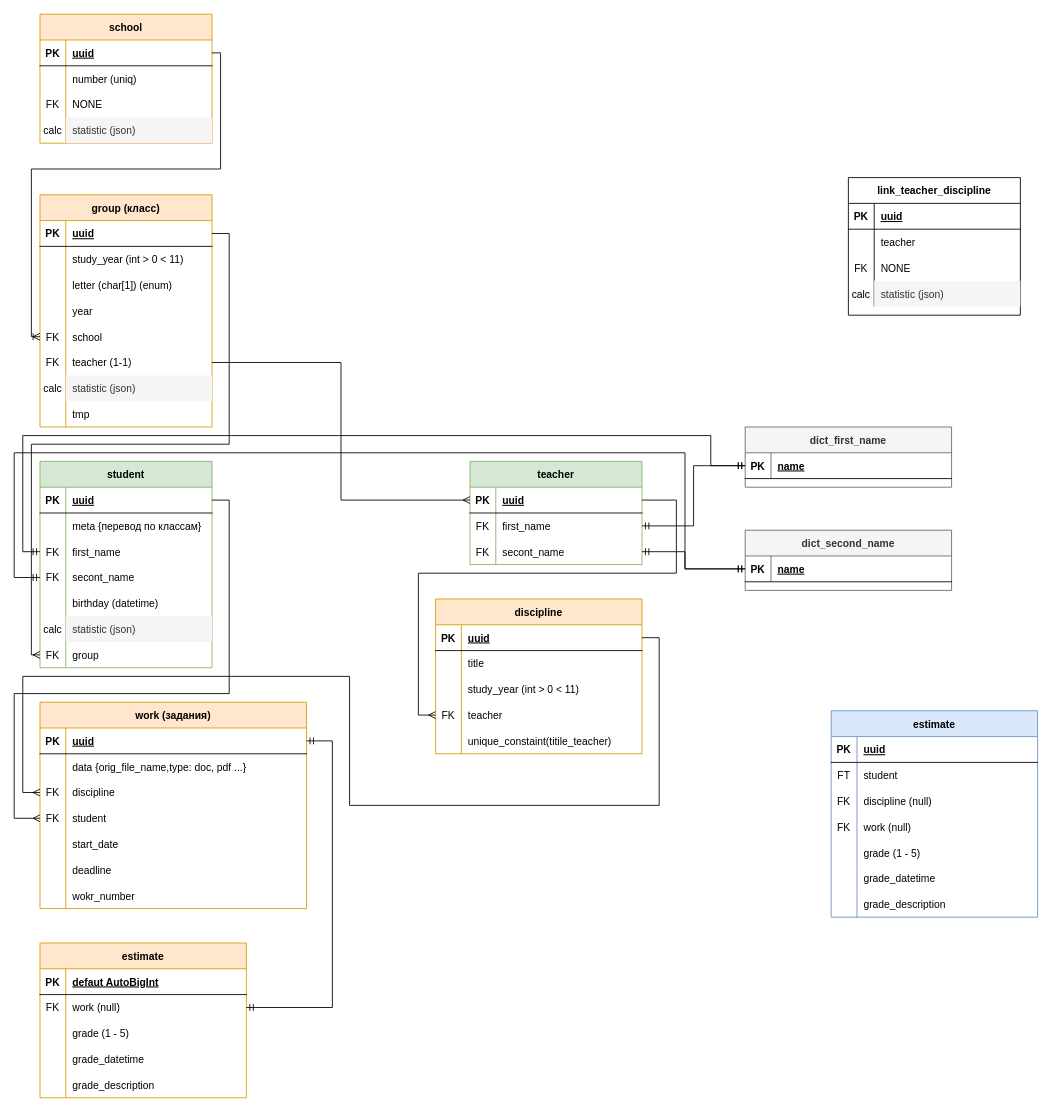
Before: page "ER" (1 of 2) of sheme.drawio in sirif/wcdi-school-backend, a draw.io diagram. Source tidied: cells renumbered, new cells numbered last; positions are measured from the earlier drawing's top-left corner, leaving out a move shared by most shapes. Both pictures are drawn from the tidied source at 86%, with x=0, y=0 at pixel (14, 14).
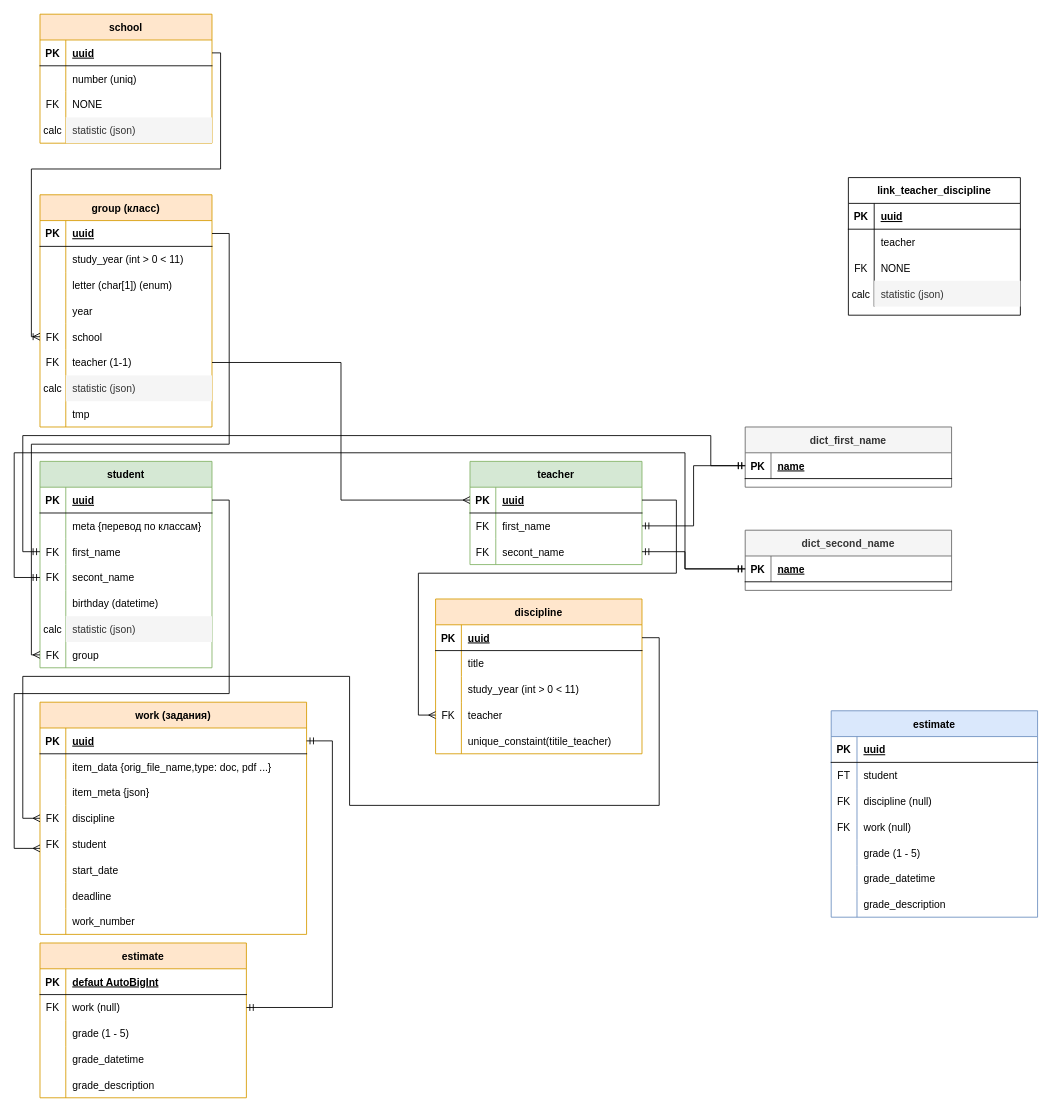
The same diagram, later.

The change refers to these unchanged cells:
```xml
<mxCell id="51" style="shape=tableRow;horizontal=0;startSize=0;swimlaneHead=0;swimlaneBody=0;fillColor=none;points=[[0,0.5],[1,0.5]];portConstraint=eastwest;top=0;left=0;right=0;bottom=1;" parent="50" vertex="1">
  <mxGeometry y="30" width="200" height="30" as="geometry" />
</mxCell>
<mxCell id="81" style="shape=tableRow;horizontal=0;startSize=0;swimlaneHead=0;swimlaneBody=0;fillColor=none;points=[[0,0.5],[1,0.5]];portConstraint=eastwest;top=0;left=0;right=0;bottom=1;" parent="80" vertex="1">
  <mxGeometry y="30" width="240" height="30" as="geometry" />
</mxCell>
<mxCell id="135" style="shape=tableRow;horizontal=0;startSize=0;swimlaneHead=0;swimlaneBody=0;fillColor=none;top=0;left=0;right=0;bottom=0;" parent="131" vertex="1">
  <mxGeometry y="60" width="310" height="30" as="geometry" />
</mxCell>
```

Diff of the diagram source:
```diff
@@
     <mxCell id="131" value="work (задания)" style="shape=table;startSize=30;childLayout=tableLayout;rowLines=0;fontStyle=1;align=center;fillColor=#ffe6cc;strokeColor=#d79b00;" parent="1" vertex="1">
-      <mxGeometry x="30" y="800" width="310" height="240" as="geometry" />
+      <mxGeometry x="30" y="800" width="310" height="270" as="geometry" />
     </mxCell>
@@
-    <mxCell id="137" value="data {orig_file_name,type: doc, pdf ...}" style="shape=partialRectangle;fillColor=none;top=0;left=0;bottom=0;right=0;align=left;spacingLeft=6;overflow=hidden;" parent="135" vertex="1">
+    <mxCell id="137" value="item_data {orig_file_name,type: doc, pdf ...}" style="shape=partialRectangle;fillColor=none;top=0;left=0;bottom=0;right=0;align=left;spacingLeft=6;overflow=hidden;" parent="135" vertex="1">
       <mxGeometry x="30" width="280" height="30" as="geometry" />
     </mxCell>
+    <mxCell id="180" style="shape=tableRow;horizontal=0;startSize=0;swimlaneHead=0;swimlaneBody=0;fillColor=none;top=0;left=0;right=0;bottom=0;" parent="131" vertex="1">
+      <mxGeometry y="90" width="310" height="30" as="geometry" />
+    </mxCell>
+    <mxCell id="181" style="shape=partialRectangle;fillColor=none;top=0;left=0;bottom=0;right=0;overflow=hidden;" parent="180" vertex="1">
+      <mxGeometry width="30" height="30" as="geometry" />
+    </mxCell>
+    <mxCell id="182" value="item_meta {json}" style="shape=partialRectangle;fillColor=none;top=0;left=0;bottom=0;right=0;align=left;spacingLeft=6;overflow=hidden;" parent="180" vertex="1">
+      <mxGeometry x="30" width="280" height="30" as="geometry" />
+    </mxCell>
     <mxCell id="138" style="shape=tableRow;horizontal=0;startSize=0;swimlaneHead=0;swimlaneBody=0;fillColor=none;points=[[0,0.5],[1,0.5]];portConstraint=eastwest;top=0;left=0;right=0;bottom=0;" parent="131" vertex="1">
-      <mxGeometry y="90" width="310" height="30" as="geometry" />
+      <mxGeometry y="120" width="310" height="30" as="geometry" />
     </mxCell>
@@
     <mxCell id="141" style="shape=tableRow;horizontal=0;startSize=0;swimlaneHead=0;swimlaneBody=0;fillColor=none;points=[[0,0.5],[1,0.5]];portConstraint=eastwest;top=0;left=0;right=0;bottom=0;" parent="131" vertex="1">
-      <mxGeometry y="120" width="310" height="30" as="geometry" />
+      <mxGeometry y="150" width="310" height="30" as="geometry" />
     </mxCell>
@@
     <mxCell id="144" style="shape=tableRow;horizontal=0;startSize=0;swimlaneHead=0;swimlaneBody=0;fillColor=none;top=0;left=0;right=0;bottom=0;" parent="131" vertex="1">
-      <mxGeometry y="150" width="310" height="30" as="geometry" />
+      <mxGeometry y="180" width="310" height="30" as="geometry" />
     </mxCell>
@@
     <mxCell id="147" style="shape=tableRow;horizontal=0;startSize=0;swimlaneHead=0;swimlaneBody=0;fillColor=none;top=0;left=0;right=0;bottom=0;" parent="131" vertex="1">
-      <mxGeometry y="180" width="310" height="30" as="geometry" />
+      <mxGeometry y="210" width="310" height="30" as="geometry" />
     </mxCell>
@@
     <mxCell id="150" style="shape=tableRow;horizontal=0;startSize=0;swimlaneHead=0;swimlaneBody=0;fillColor=none;top=0;left=0;right=0;bottom=0;" parent="131" vertex="1">
-      <mxGeometry y="210" width="310" height="30" as="geometry" />
+      <mxGeometry y="240" width="310" height="30" as="geometry" />
     </mxCell>
@@
-    <mxCell id="152" value="wokr_number" style="shape=partialRectangle;fillColor=none;top=0;left=0;bottom=0;right=0;align=left;spacingLeft=6;overflow=hidden;" parent="150" vertex="1">
+    <mxCell id="152" value="work_number" style="shape=partialRectangle;fillColor=none;top=0;left=0;bottom=0;right=0;align=left;spacingLeft=6;overflow=hidden;" parent="150" vertex="1">
       <mxGeometry x="30" width="280" height="30" as="geometry" />
     </mxCell>
@@
     <mxCell id="177" style="edgeStyle=orthogonalEdgeStyle;rounded=0;jettySize=auto;html=1;entryX=1;entryY=0.5;entryDx=0;entryDy=0;startArrow=ERmany;startFill=0;endArrow=none;endFill=0;exitX=0;exitY=0.5;exitDx=0;exitDy=0;" parent="1" edge="1" source="138" target="81">
       <mxGeometry relative="1" as="geometry">
         <Array as="points">
-          <mxPoint x="10" y="905" />
+          <mxPoint x="10" y="935" />
           <mxPoint x="10" y="770" />
           <mxPoint x="390" y="770" />
           <mxPoint x="390" y="920" />
           <mxPoint x="750" y="920" />
           <mxPoint x="750" y="725" />
         </Array>
       </mxGeometry>
     </mxCell>
-    <mxCell id="178" style="edgeStyle=orthogonalEdgeStyle;rounded=0;jettySize=auto;html=1;entryX=1;entryY=0.5;entryDx=0;entryDy=0;startArrow=ERmany;startFill=0;endArrow=none;endFill=0;" parent="1" edge="1" source="141" target="51">
+    <mxCell id="178" style="edgeStyle=orthogonalEdgeStyle;rounded=0;jettySize=auto;html=1;entryX=1;entryY=0.5;entryDx=0;entryDy=0;startArrow=ERmany;startFill=0;endArrow=none;endFill=0;exitX=0;exitY=0.667;exitDx=0;exitDy=0;exitPerimeter=0;" parent="1" edge="1" source="141" target="51">
       <mxGeometry relative="1" as="geometry">
         <Array as="points">
-          <mxPoint y="935" />
+          <mxPoint y="970" />
           <mxPoint y="790" />
           <mxPoint x="250" y="790" />
           <mxPoint x="250" y="565" />
         </Array>
       </mxGeometry>
     </mxCell>
```
